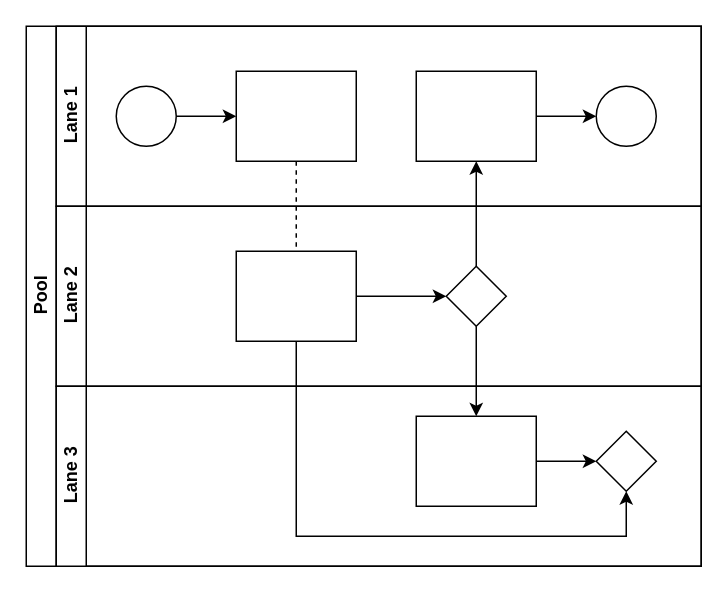
Before: test.drawio in HelloMandu/DiagramRepo, a draw.io diagram. Source tidied: cells renumbered, new cells numbered last; positions are measured from the earlier drawing's top-left corner, leaving out a move shared by most shapes. Both pictures are drawn from the tidied source at 150%, with x=0, y=0 at pixel (26, 26).
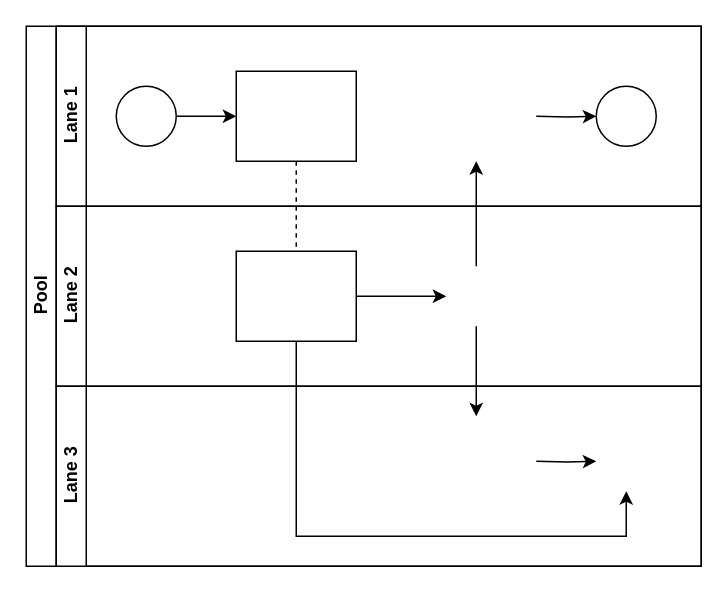
After the change.

The change refers to these unchanged cells:
```xml
<mxCell id="2" value="Pool" style="swimlane;html=1;horizontal=0;startSize=20;" parent="1" vertex="1">
  <mxGeometry width="450" height="360" as="geometry" />
</mxCell>
<mxCell id="7" value="Lane 1" style="swimlane;html=1;startSize=20;horizontal=0;" parent="2" vertex="1">
  <mxGeometry x="20" width="430" height="120" as="geometry" />
</mxCell>
<mxCell id="13" style="ellipse;whiteSpace=wrap;html=1;" parent="7" vertex="1">
  <mxGeometry x="360" y="40" width="40" height="40" as="geometry" />
</mxCell>
<mxCell id="14" value="Lane 2" style="swimlane;html=1;startSize=20;horizontal=0;" parent="2" vertex="1">
  <mxGeometry x="20" y="120" width="430" height="120" as="geometry" />
</mxCell>
<mxCell id="16" style="rounded=0;whiteSpace=wrap;html=1;fontFamily=Helvetica;fontSize=12;fontColor=#000000;align=center;" parent="14" vertex="1">
  <mxGeometry x="120" y="30" width="80" height="60" as="geometry" />
</mxCell>
<mxCell id="18" value="Lane 3" style="swimlane;html=1;startSize=20;horizontal=0;" parent="2" vertex="1">
  <mxGeometry x="20" y="240" width="430" height="120" as="geometry" />
</mxCell>
```

What changed in the source:
```diff
@@
-    <mxCell id="4" style="edgeStyle=orthogonalEdgeStyle;rounded=0;jettySize=auto;html=1;endArrow=classic;endFill=1;" parent="2" edge="1" source="17" target="12">
-      <mxGeometry relative="1" as="geometry" />
+    <mxCell id="4" style="edgeStyle=orthogonalEdgeStyle;rounded=0;orthogonalLoop=1;jettySize=auto;html=1;endArrow=classic;endFill=1;" parent="2" edge="1">
+      <mxGeometry relative="1" as="geometry">
+        <mxPoint x="300" y="160" as="sourcePoint" />
+        <mxPoint x="300" y="90" as="targetPoint" />
+      </mxGeometry>
     </mxCell>
-    <mxCell id="5" style="edgeStyle=orthogonalEdgeStyle;rounded=0;jettySize=auto;html=1;endArrow=classic;endFill=1;" parent="2" edge="1" source="17" target="20">
-      <mxGeometry relative="1" as="geometry" />
+    <mxCell id="5" style="edgeStyle=orthogonalEdgeStyle;rounded=0;orthogonalLoop=1;jettySize=auto;html=1;endArrow=classic;endFill=1;" parent="2" edge="1">
+      <mxGeometry relative="1" as="geometry">
+        <mxPoint x="300" y="200" as="sourcePoint" />
+        <mxPoint x="300" y="260" as="targetPoint" />
+      </mxGeometry>
     </mxCell>
-    <mxCell id="6" style="edgeStyle=orthogonalEdgeStyle;rounded=0;jettySize=auto;html=1;endArrow=classic;endFill=1;" parent="2" edge="1" source="16" target="21">
+    <mxCell id="6" style="edgeStyle=orthogonalEdgeStyle;rounded=0;jettySize=auto;html=1;endArrow=classic;endFill=1;" parent="2" edge="1" source="16">
       <mxGeometry relative="1" as="geometry">
+        <mxPoint x="400" y="310" as="targetPoint" />
         <Array as="points">
           <mxPoint x="180" y="340" />
           <mxPoint x="400" y="340" />
         </Array>
       </mxGeometry>
     </mxCell>
@@
-    <mxCell id="11" style="edgeStyle=orthogonalEdgeStyle;rounded=0;jettySize=auto;html=1;endArrow=classic;endFill=1;" parent="7" edge="1" source="12" target="13">
-      <mxGeometry relative="1" as="geometry" />
+    <mxCell id="11" style="edgeStyle=orthogonalEdgeStyle;rounded=0;jettySize=auto;html=1;endArrow=classic;endFill=1;" parent="7" edge="1" target="13">
+      <mxGeometry relative="1" as="geometry">
+        <mxPoint x="320" y="60" as="sourcePoint" />
+      </mxGeometry>
     </mxCell>
-    <mxCell id="12" style="rounded=0;whiteSpace=wrap;html=1;fontFamily=Helvetica;fontSize=12;fontColor=#000000;align=center;" parent="7" vertex="1">
-      <mxGeometry x="240" y="30" width="80" height="60" as="geometry" />
-    </mxCell>
@@
-    <mxCell id="15" style="edgeStyle=orthogonalEdgeStyle;rounded=0;jettySize=auto;html=1;endArrow=classic;endFill=1;" parent="14" edge="1" source="16" target="17">
-      <mxGeometry relative="1" as="geometry" />
+    <mxCell id="15" style="edgeStyle=orthogonalEdgeStyle;rounded=0;jettySize=auto;html=1;endArrow=classic;endFill=1;" parent="14" edge="1" source="16">
+      <mxGeometry relative="1" as="geometry">
+        <mxPoint x="260" y="60" as="targetPoint" />
+      </mxGeometry>
     </mxCell>
@@
-    <mxCell id="17" style="rhombus;whiteSpace=wrap;html=1;fontFamily=Helvetica;fontSize=12;fontColor=#000000;align=center;" parent="14" vertex="1">
-      <mxGeometry x="260" y="40" width="40" height="40" as="geometry" />
-    </mxCell>
@@
-    <mxCell id="19" style="edgeStyle=orthogonalEdgeStyle;rounded=0;jettySize=auto;html=1;endArrow=classic;endFill=1;" parent="18" edge="1" source="20" target="21">
-      <mxGeometry relative="1" as="geometry" />
+    <mxCell id="19" style="edgeStyle=orthogonalEdgeStyle;rounded=0;orthogonalLoop=1;jettySize=auto;html=1;endArrow=classic;endFill=1;" parent="18" edge="1">
+      <mxGeometry relative="1" as="geometry">
+        <mxPoint x="320" y="50" as="sourcePoint" />
+        <mxPoint x="360" y="50" as="targetPoint" />
+      </mxGeometry>
     </mxCell>
-    <mxCell id="20" style="rounded=0;whiteSpace=wrap;html=1;fontFamily=Helvetica;fontSize=12;fontColor=#000000;align=center;" parent="18" vertex="1">
-      <mxGeometry x="240" y="20" width="80" height="60" as="geometry" />
-    </mxCell>
-    <mxCell id="21" style="rhombus;whiteSpace=wrap;html=1;fontFamily=Helvetica;fontSize=12;fontColor=#000000;align=center;" parent="18" vertex="1">
-      <mxGeometry x="360" y="30" width="40" height="40" as="geometry" />
-    </mxCell>
```
